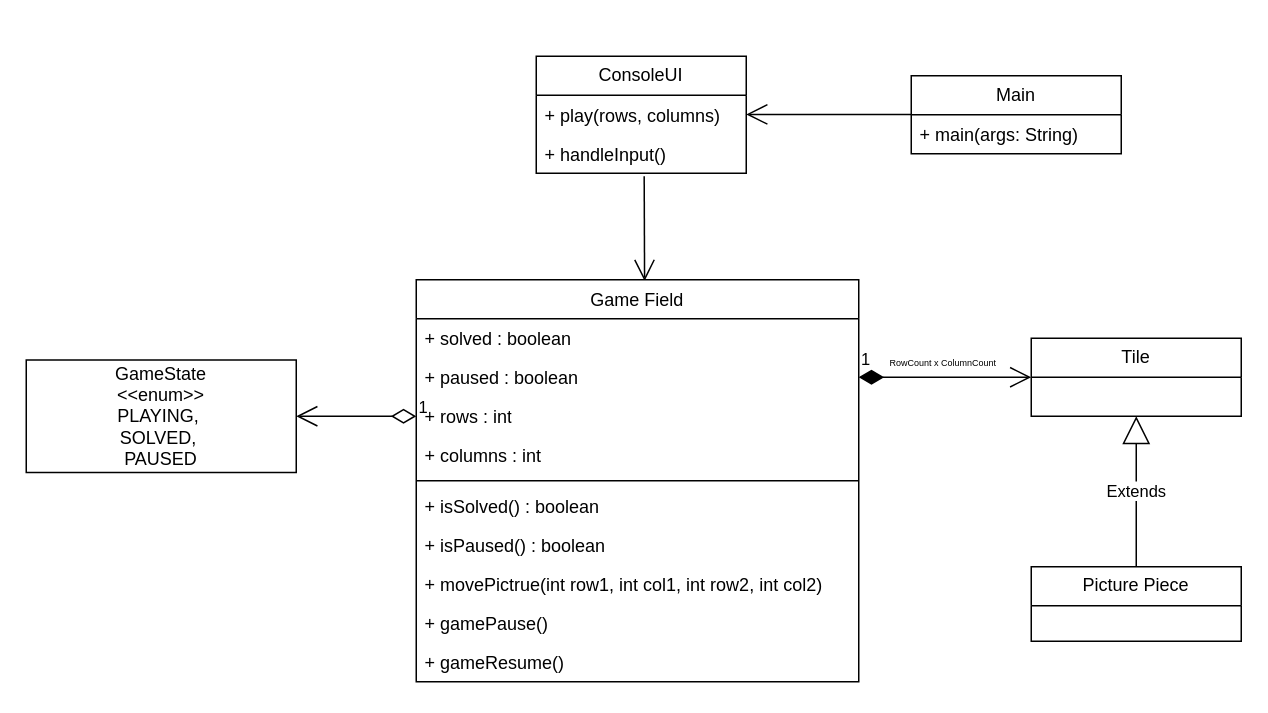
NIkitaMunko/game keeps this draw.io diagram as resources/PictureSlidingPuzzle.drawio. Above is the earlier version. Source tidied: cells renumbered, new cells numbered last; positions are measured from the earlier drawing's top-left corner, leaving out a move shared by most shapes. Both pictures are drawn from the tidied source at 150%, with x=0, y=0 at pixel (26, 56).
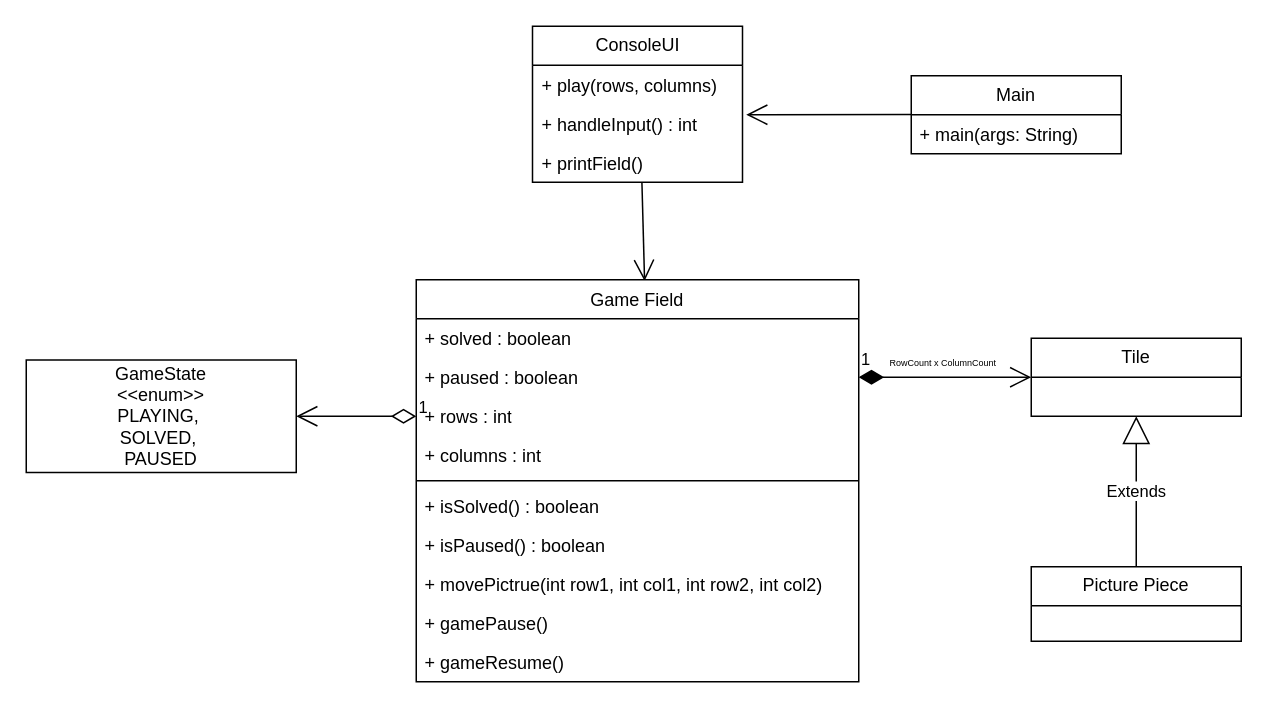
After the change.

The change refers to these unchanged cells:
```xml
<mxCell id="16" value="&lt;span style=&quot;font-weight: 400;&quot;&gt;Game&lt;/span&gt;&lt;span style=&quot;color: light-dark(rgb(0, 0, 0), rgb(255, 255, 255)); font-weight: 400; background-color: transparent;&quot;&gt;&amp;nbsp;Field&lt;/span&gt;" style="swimlane;fontStyle=1;align=center;verticalAlign=top;horizontal=1;startSize=26;whiteSpace=wrap;html=1;" parent="1" vertex="1">
  <mxGeometry x="260" y="149" width="295" height="268" as="geometry" />
</mxCell>
```

Change to the diagram source:
```diff
@@
     <mxCell id="11" value="ConsoleUI" style="swimlane;fontStyle=0;horizontal=1;startSize=26;fillColor=none;whiteSpace=wrap;html=1;" parent="1" vertex="1">
-      <mxGeometry x="340" width="140" height="78" as="geometry" />
+      <mxGeometry x="337.5" y="-20" width="140" height="104" as="geometry" />
     </mxCell>
@@
-    <mxCell id="13" value="+ handleInput()" style="text;strokeColor=none;fillColor=none;align=left;verticalAlign=top;spacingLeft=4;spacingRight=4;overflow=hidden;points=[[0,0.5],[1,0.5]];portConstraint=eastwest;whiteSpace=wrap;html=1;" parent="11" vertex="1">
+    <mxCell id="13" value="+ handleInput() : int" style="text;strokeColor=none;fillColor=none;align=left;verticalAlign=top;spacingLeft=4;spacingRight=4;overflow=hidden;points=[[0,0.5],[1,0.5]];portConstraint=eastwest;whiteSpace=wrap;html=1;" parent="11" vertex="1">
       <mxGeometry y="52" width="140" height="26" as="geometry" />
     </mxCell>
+    <mxCell id="27" value="+ printField&lt;span style=&quot;background-color: transparent; color: light-dark(rgb(0, 0, 0), rgb(255, 255, 255));&quot;&gt;()&lt;/span&gt;" style="text;strokeColor=none;fillColor=none;align=left;verticalAlign=top;spacingLeft=4;spacingRight=4;overflow=hidden;points=[[0,0.5],[1,0.5]];portConstraint=eastwest;whiteSpace=wrap;html=1;" parent="11" vertex="1">
+      <mxGeometry y="78" width="140" height="26" as="geometry" />
+    </mxCell>
-    <mxCell id="14" style="endArrow=open;endFill=1;endSize=12;html=1;rounded=0;entryX=1;entryY=0.5;entryDx=0;entryDy=0;exitX=0;exitY=0.5;exitDx=0;exitDy=0;" parent="1" edge="1">
+    <mxCell id="14" style="endArrow=open;endFill=1;endSize=12;html=1;rounded=0;exitX=0;exitY=0.5;exitDx=0;exitDy=0;" parent="1" edge="1">
       <mxGeometry relative="1" as="geometry">
         <mxPoint x="590" y="38.8" as="sourcePoint" />
-        <mxPoint x="480" y="38.8" as="targetPoint" />
+        <mxPoint x="480" y="39" as="targetPoint" />
       </mxGeometry>
     </mxCell>
-    <mxCell id="15" style="endArrow=open;endFill=1;endSize=12;html=1;rounded=0;exitX=0.514;exitY=1.077;exitDx=0;exitDy=0;exitPerimeter=0;entryX=0.516;entryY=0.003;entryDx=0;entryDy=0;entryPerimeter=0;" parent="1" edge="1" source="13" target="16">
+    <mxCell id="15" style="endArrow=open;endFill=1;endSize=12;html=1;rounded=0;exitX=0.521;exitY=0.995;exitDx=0;exitDy=0;exitPerimeter=0;entryX=0.516;entryY=0.003;entryDx=0;entryDy=0;entryPerimeter=0;" parent="1" edge="1" source="27" target="16">
       <mxGeometry relative="1" as="geometry" />
     </mxCell>
```
